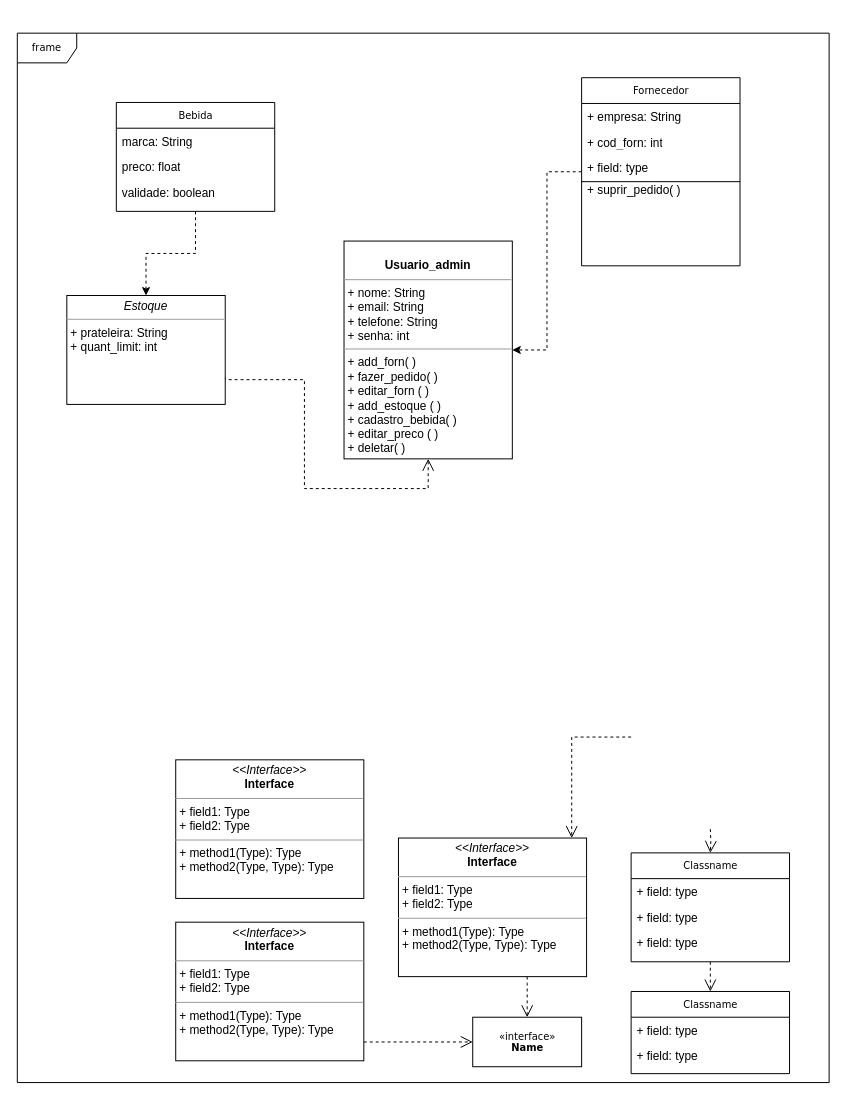
Before: Untitled Diagram.drawio in Heitor-Saqueto/SisBrewe, a draw.io diagram. Source tidied: cells renumbered, new cells numbered last; positions are measured from the earlier drawing's top-left corner, leaving out a move shared by most shapes. Both pictures are drawn from the tidied source at 99%, with x=0, y=0 at pixel (17, 33).
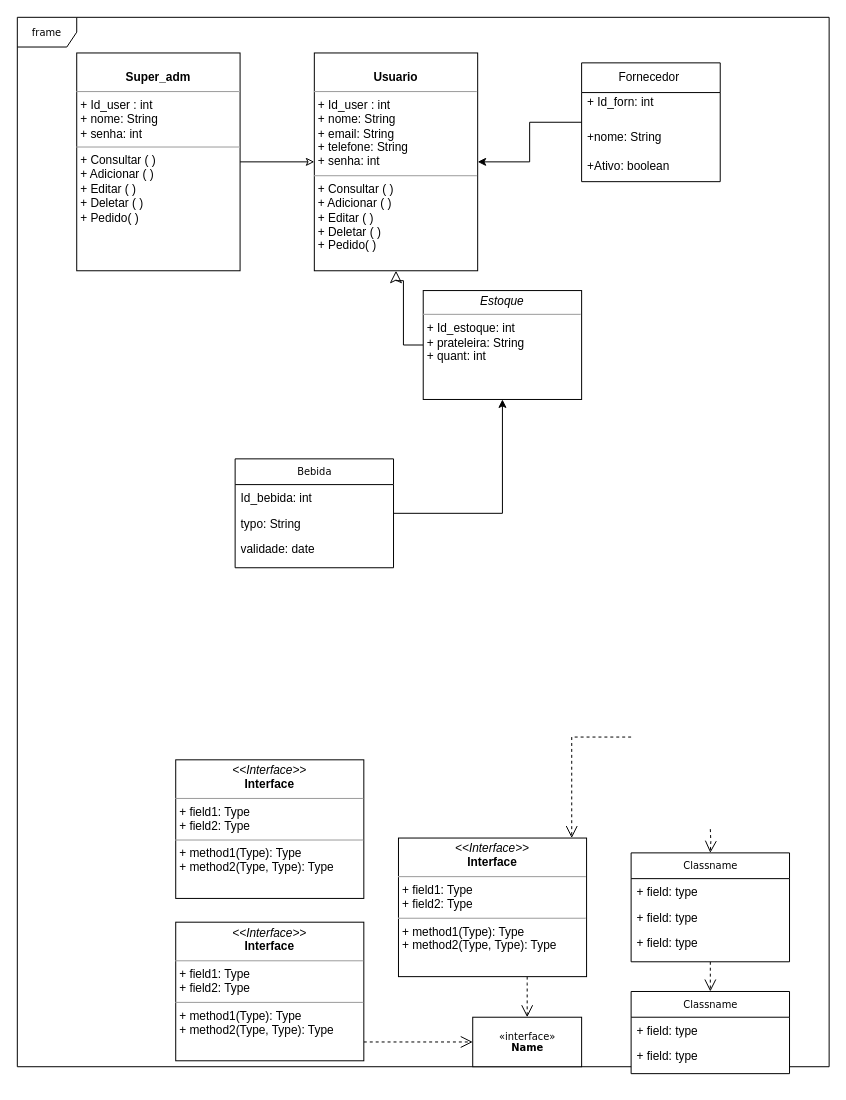
After the change.

What changed in the source:
```diff
@@
     <mxCell id="2" value="frame" style="shape=umlFrame;whiteSpace=wrap;html=1;rounded=0;shadow=0;comic=0;labelBackgroundColor=none;strokeWidth=1;fontFamily=Verdana;fontSize=10;align=center;" parent="1" vertex="1">
-      <mxGeometry width="820" height="1060" as="geometry" />
+      <mxGeometry y="-16" width="820" height="1060" as="geometry" />
     </mxCell>
@@
-    <mxCell id="5" style="edgeStyle=orthogonalEdgeStyle;rounded=0;jettySize=auto;html=1;exitX=0.5;exitY=1;exitDx=0;exitDy=0;entryX=0.5;entryY=0;entryDx=0;entryDy=0;dashed=1;" parent="1" edge="1" source="6" target="33">
+    <mxCell id="5" style="edgeStyle=orthogonalEdgeStyle;rounded=0;jettySize=auto;html=1;entryX=0.5;entryY=1;entryDx=0;entryDy=0;" parent="1" edge="1" source="6" target="33">
       <mxGeometry relative="1" as="geometry" />
     </mxCell>
     <mxCell id="6" value="Bebida" style="swimlane;html=1;fontStyle=0;horizontal=1;startSize=26;fillColor=none;swimlaneFillColor=#ffffff;rounded=0;shadow=0;comic=0;labelBackgroundColor=none;strokeWidth=1;fontFamily=Verdana;fontSize=10;align=center;" parent="1" vertex="1">
-      <mxGeometry x="100" y="70" width="160" height="110" as="geometry" />
+      <mxGeometry x="220" y="430" width="160" height="110" as="geometry" />
     </mxCell>
-    <mxCell id="7" value="marca: String" style="text;html=1;strokeColor=none;fillColor=none;align=left;verticalAlign=top;spacingLeft=4;spacingRight=4;whiteSpace=wrap;overflow=hidden;" parent="6" vertex="1">
+    <mxCell id="7" value="Id_bebida: int" style="text;html=1;strokeColor=none;fillColor=none;align=left;verticalAlign=top;spacingLeft=4;spacingRight=4;whiteSpace=wrap;overflow=hidden;" parent="6" vertex="1">
       <mxGeometry y="26" width="160" height="26" as="geometry" />
     </mxCell>
-    <mxCell id="8" value="preco: float" style="text;html=1;strokeColor=none;fillColor=none;align=left;verticalAlign=top;spacingLeft=4;spacingRight=4;whiteSpace=wrap;overflow=hidden;" parent="6" vertex="1">
+    <mxCell id="8" value="typo: String" style="text;html=1;strokeColor=none;fillColor=none;align=left;verticalAlign=top;spacingLeft=4;spacingRight=4;whiteSpace=wrap;overflow=hidden;" parent="6" vertex="1">
       <mxGeometry y="52" width="160" height="26" as="geometry" />
     </mxCell>
-    <mxCell id="9" value="validade: boolean" style="text;html=1;strokeColor=none;fillColor=none;align=left;verticalAlign=top;spacingLeft=4;spacingRight=4;whiteSpace=wrap;overflow=hidden;" parent="6" vertex="1">
+    <mxCell id="9" value="validade: date" style="text;html=1;strokeColor=none;fillColor=none;align=left;verticalAlign=top;spacingLeft=4;spacingRight=4;whiteSpace=wrap;overflow=hidden;" parent="6" vertex="1">
       <mxGeometry y="78" width="160" height="26" as="geometry" />
     </mxCell>
-    <mxCell id="10" style="edgeStyle=orthogonalEdgeStyle;rounded=0;jettySize=auto;html=1;dashed=1;" parent="1" edge="1" source="11" target="31">
-      <mxGeometry relative="1" as="geometry" />
-    </mxCell>
-    <mxCell id="11" value="Fornecedor" style="swimlane;html=1;fontStyle=0;horizontal=1;startSize=26;fillColor=none;swimlaneFillColor=#ffffff;rounded=0;shadow=0;comic=0;labelBackgroundColor=none;strokeWidth=1;fontFamily=Verdana;fontSize=10;align=center;" parent="1" vertex="1">
-      <mxGeometry x="570" y="45" width="160" height="190" as="geometry" />
-    </mxCell>
-    <mxCell id="12" value="+ empresa: String" style="text;html=1;strokeColor=none;fillColor=none;align=left;verticalAlign=top;spacingLeft=4;spacingRight=4;whiteSpace=wrap;overflow=hidden;" parent="11" vertex="1">
-      <mxGeometry y="26" width="160" height="26" as="geometry" />
-    </mxCell>
-    <mxCell id="13" value="+ cod_forn: int" style="text;html=1;strokeColor=none;fillColor=none;align=left;verticalAlign=top;spacingLeft=4;spacingRight=4;whiteSpace=wrap;overflow=hidden;" parent="11" vertex="1">
-      <mxGeometry y="52" width="160" height="26" as="geometry" />
-    </mxCell>
-    <mxCell id="14" value="+ field: type" style="text;html=1;strokeColor=none;fillColor=none;align=left;verticalAlign=top;spacingLeft=4;spacingRight=4;whiteSpace=wrap;overflow=hidden;" parent="11" vertex="1">
-      <mxGeometry y="78" width="160" height="22" as="geometry" />
-    </mxCell>
-    <mxCell id="15" style="endArrow=none;html=1;rounded=0;" parent="11" edge="1">
-      <mxGeometry relative="1" as="geometry">
-        <mxPoint y="105" as="sourcePoint" />
-        <mxPoint x="160" y="105" as="targetPoint" />
-        <Array as="points">
-          <mxPoint x="70" y="105" />
-        </Array>
-      </mxGeometry>
-    </mxCell>
-    <mxCell id="16" value="+ suprir_pedido( )" style="text;html=1;strokeColor=none;fillColor=none;align=left;verticalAlign=top;spacingLeft=4;spacingRight=4;whiteSpace=wrap;overflow=hidden;" parent="11" vertex="1">
-      <mxGeometry y="100" width="160" height="30" as="geometry" />
-    </mxCell>
@@
-    <mxCell id="31" value="&lt;p style=&quot;margin:0px;margin-top:4px;text-align:center;&quot;&gt;&lt;br&gt;&lt;b&gt;Usuario_admin&lt;/b&gt;&lt;/p&gt;&lt;hr size=&quot;1&quot;&gt;&lt;p style=&quot;margin:0px;margin-left:4px;&quot;&gt;+ nome: String&lt;br&gt;+ email: String&lt;/p&gt;&lt;p style=&quot;margin:0px;margin-left:4px;&quot;&gt;+ telefone: String&lt;/p&gt;&lt;p style=&quot;margin:0px;margin-left:4px;&quot;&gt;+ senha: int&lt;/p&gt;&lt;hr size=&quot;1&quot;&gt;&lt;p style=&quot;margin:0px;margin-left:4px;&quot;&gt;+ add_forn( )&lt;/p&gt;&lt;p style=&quot;margin:0px;margin-left:4px;&quot;&gt;+ fazer_pedido( )&lt;/p&gt;&lt;p style=&quot;margin:0px;margin-left:4px;&quot;&gt;+ editar_forn ( )&lt;br&gt;&lt;/p&gt;&lt;p style=&quot;margin:0px;margin-left:4px;&quot;&gt;+ add_estoque ( )&lt;/p&gt;&lt;p style=&quot;margin:0px;margin-left:4px;&quot;&gt;+ cadastro_bebida( )&lt;/p&gt;&lt;p style=&quot;margin:0px;margin-left:4px;&quot;&gt;+ editar_preco ( )&lt;/p&gt;&lt;p style=&quot;margin:0px;margin-left:4px;&quot;&gt;+ deletar( )&lt;/p&gt;&lt;p style=&quot;margin:0px;margin-left:4px;&quot;&gt;&lt;br&gt;&lt;/p&gt;" style="verticalAlign=top;align=left;overflow=fill;fontSize=12;fontFamily=Helvetica;html=1;rounded=0;shadow=0;comic=0;labelBackgroundColor=none;strokeWidth=1;" parent="1" vertex="1">
-      <mxGeometry x="330" y="210" width="170" height="220" as="geometry" />
+    <mxCell id="31" value="&lt;p style=&quot;margin:0px;margin-top:4px;text-align:center;&quot;&gt;&lt;br&gt;&lt;b&gt;Usuario&lt;/b&gt;&lt;/p&gt;&lt;hr size=&quot;1&quot;&gt;&lt;p style=&quot;margin:0px;margin-left:4px;&quot;&gt;+ Id_user : int&lt;/p&gt;&lt;p style=&quot;margin:0px;margin-left:4px;&quot;&gt;+ nome: String&lt;br&gt;+ email: String&lt;/p&gt;&lt;p style=&quot;margin:0px;margin-left:4px;&quot;&gt;+ telefone: String&lt;/p&gt;&lt;p style=&quot;margin:0px;margin-left:4px;&quot;&gt;+ senha: int&lt;/p&gt;&lt;hr size=&quot;1&quot;&gt;&lt;p style=&quot;margin:0px;margin-left:4px;&quot;&gt;+ Consultar ( )&lt;/p&gt;&lt;p style=&quot;margin:0px;margin-left:4px;&quot;&gt;+ Adicionar ( )&lt;/p&gt;&lt;p style=&quot;margin:0px;margin-left:4px;&quot;&gt;+ Editar ( )&lt;/p&gt;&lt;p style=&quot;margin:0px;margin-left:4px;&quot;&gt;+ Deletar ( )&lt;/p&gt;&lt;p style=&quot;margin:0px;margin-left:4px;&quot;&gt;+ Pedido( )&lt;/p&gt;&lt;p style=&quot;margin:0px;margin-left:4px;&quot;&gt;&lt;br&gt;&lt;/p&gt;" style="verticalAlign=top;align=left;overflow=fill;fontSize=12;fontFamily=Helvetica;html=1;rounded=0;shadow=0;comic=0;labelBackgroundColor=none;strokeWidth=1;" parent="1" vertex="1">
+      <mxGeometry x="300" y="20" width="165" height="220" as="geometry" />
     </mxCell>
-    <mxCell id="32" style="edgeStyle=orthogonalEdgeStyle;rounded=0;html=1;exitX=1;exitY=0.75;dashed=1;labelBackgroundColor=none;startFill=0;endArrow=open;endFill=0;endSize=10;fontFamily=Verdana;fontSize=10;entryX=0.5;entryY=1;entryDx=0;entryDy=0;" parent="1" edge="1" source="33" target="31">
+    <mxCell id="32" style="edgeStyle=orthogonalEdgeStyle;rounded=0;html=1;labelBackgroundColor=none;startFill=0;endArrow=classic;endFill=0;endSize=10;fontFamily=Verdana;fontSize=10;entryX=0.5;entryY=1;entryDx=0;entryDy=0;" parent="1" edge="1" source="33" target="31">
       <mxGeometry relative="1" as="geometry">
         <Array as="points">
-          <mxPoint x="210" y="350" />
-          <mxPoint x="290" y="350" />
-          <mxPoint x="290" y="460" />
-          <mxPoint x="415" y="460" />
+          <mxPoint x="390" y="250" />
+          <mxPoint x="383" y="250" />
         </Array>
       </mxGeometry>
     </mxCell>
-    <mxCell id="33" value="&lt;p style=&quot;margin:0px;margin-top:4px;text-align:center;&quot;&gt;&lt;i&gt;Estoque&lt;/i&gt;&lt;/p&gt;&lt;hr size=&quot;1&quot;&gt;&lt;p style=&quot;margin:0px;margin-left:4px;&quot;&gt;+ prateleira: String&lt;br&gt;&lt;/p&gt;&lt;p style=&quot;margin:0px;margin-left:4px;&quot;&gt;+ quant_limit: int&lt;/p&gt;&lt;p style=&quot;margin:0px;margin-left:4px;&quot;&gt;&lt;br&gt;&lt;/p&gt;" style="verticalAlign=top;align=left;overflow=fill;fontSize=12;fontFamily=Helvetica;html=1;rounded=0;shadow=0;comic=0;labelBackgroundColor=none;strokeWidth=1;" parent="1" vertex="1">
-      <mxGeometry x="50" y="265" width="160" height="110" as="geometry" />
+    <mxCell id="33" value="&lt;p style=&quot;margin:0px;margin-top:4px;text-align:center;&quot;&gt;&lt;i&gt;Estoque&lt;/i&gt;&lt;/p&gt;&lt;hr size=&quot;1&quot;&gt;&lt;p style=&quot;margin:0px;margin-left:4px;&quot;&gt;+ Id_estoque: int&lt;/p&gt;&lt;p style=&quot;margin:0px;margin-left:4px;&quot;&gt;+ prateleira: String&lt;br&gt;&lt;/p&gt;&lt;p style=&quot;margin:0px;margin-left:4px;&quot;&gt;+ quant: int&lt;/p&gt;&lt;p style=&quot;margin:0px;margin-left:4px;&quot;&gt;&lt;br&gt;&lt;/p&gt;" style="verticalAlign=top;align=left;overflow=fill;fontSize=12;fontFamily=Helvetica;html=1;rounded=0;shadow=0;comic=0;labelBackgroundColor=none;strokeWidth=1;" parent="1" vertex="1">
+      <mxGeometry x="410" y="260" width="160" height="110" as="geometry" />
     </mxCell>
+    <mxCell id="10" style="edgeStyle=orthogonalEdgeStyle;rounded=0;jettySize=auto;html=1;" parent="1" edge="1" source="11" target="31">
+      <mxGeometry relative="1" as="geometry" />
+    </mxCell>
+    <mxCell id="11" value="Fornecedor&lt;span style=&quot;white-space: pre;&quot;&gt; &lt;/span&gt;" style="swimlane;fontStyle=0;horizontal=1;startSize=30;whiteSpace=wrap;html=1;" parent="1" vertex="1">
+      <mxGeometry x="570" y="30" width="140" height="120" as="geometry" />
+    </mxCell>
+    <mxCell id="34" value="+ Id_forn: int&lt;span style=&quot;white-space: pre;&quot;&gt; &lt;/span&gt;&lt;br&gt;&lt;br&gt;" style="text;strokeColor=none;fillColor=none;align=left;verticalAlign=middle;spacingLeft=4;spacingRight=4;overflow=hidden;whiteSpace=wrap;html=1;" parent="11" vertex="1">
+      <mxGeometry y="30" width="140" height="30" as="geometry" />
+    </mxCell>
+    <mxCell id="35" value="+nome: String" style="text;strokeColor=none;fillColor=none;align=left;verticalAlign=middle;spacingLeft=4;spacingRight=4;overflow=hidden;whiteSpace=wrap;html=1;" parent="11" vertex="1">
+      <mxGeometry y="60" width="140" height="30" as="geometry" />
+    </mxCell>
+    <mxCell id="36" value="+Ativo: boolean" style="text;strokeColor=none;fillColor=none;align=left;verticalAlign=middle;spacingLeft=4;spacingRight=4;overflow=hidden;whiteSpace=wrap;html=1;" parent="11" vertex="1">
+      <mxGeometry y="90" width="140" height="30" as="geometry" />
+    </mxCell>
+    <mxCell id="37" style="edgeStyle=orthogonalEdgeStyle;rounded=0;jettySize=auto;html=1;exitX=1;exitY=0.5;exitDx=0;exitDy=0;endArrow=classic;endFill=0;" parent="1" edge="1" source="38" target="31">
+      <mxGeometry relative="1" as="geometry" />
+    </mxCell>
+    <mxCell id="38" value="&lt;p style=&quot;margin:0px;margin-top:4px;text-align:center;&quot;&gt;&lt;br&gt;&lt;b&gt;Super_adm&lt;/b&gt;&lt;/p&gt;&lt;hr size=&quot;1&quot;&gt;&lt;p style=&quot;margin:0px;margin-left:4px;&quot;&gt;+ Id_user : int&lt;/p&gt;&lt;p style=&quot;margin:0px;margin-left:4px;&quot;&gt;+ nome: String&lt;/p&gt;&lt;p style=&quot;margin:0px;margin-left:4px;&quot;&gt;+ senha: int&lt;/p&gt;&lt;hr size=&quot;1&quot;&gt;&lt;p style=&quot;margin:0px;margin-left:4px;&quot;&gt;+ Consultar ( )&lt;/p&gt;&lt;p style=&quot;margin:0px;margin-left:4px;&quot;&gt;+ Adicionar ( )&lt;/p&gt;&lt;p style=&quot;margin:0px;margin-left:4px;&quot;&gt;+ Editar ( )&lt;/p&gt;&lt;p style=&quot;margin:0px;margin-left:4px;&quot;&gt;+ Deletar ( )&lt;/p&gt;&lt;p style=&quot;margin:0px;margin-left:4px;&quot;&gt;+ Pedido( )&lt;/p&gt;&lt;p style=&quot;margin:0px;margin-left:4px;&quot;&gt;&lt;br&gt;&lt;/p&gt;" style="verticalAlign=top;align=left;overflow=fill;fontSize=12;fontFamily=Helvetica;html=1;rounded=0;shadow=0;comic=0;labelBackgroundColor=none;strokeWidth=1;" parent="1" vertex="1">
+      <mxGeometry x="60" y="20" width="165" height="220" as="geometry" />
+    </mxCell>
```
